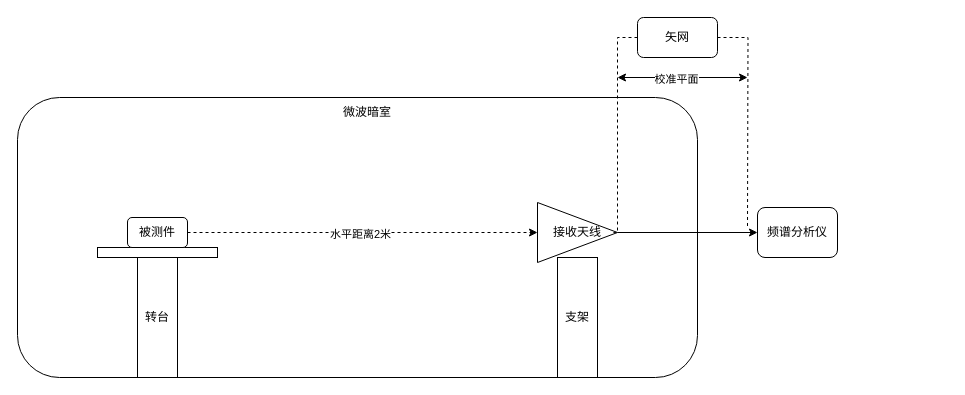
bingxueqingzhi/DrawIO keeps this draw.io diagram as BLE-TPMS信号强度测量.drawio. Above is the earlier version. Source tidied: cells renumbered, new cells numbered last; positions are measured from the earlier drawing's top-left corner, leaving out a move shared by most shapes. Both pictures are drawn from the tidied source at 100%, with x=0, y=0 at pixel (17, 17).
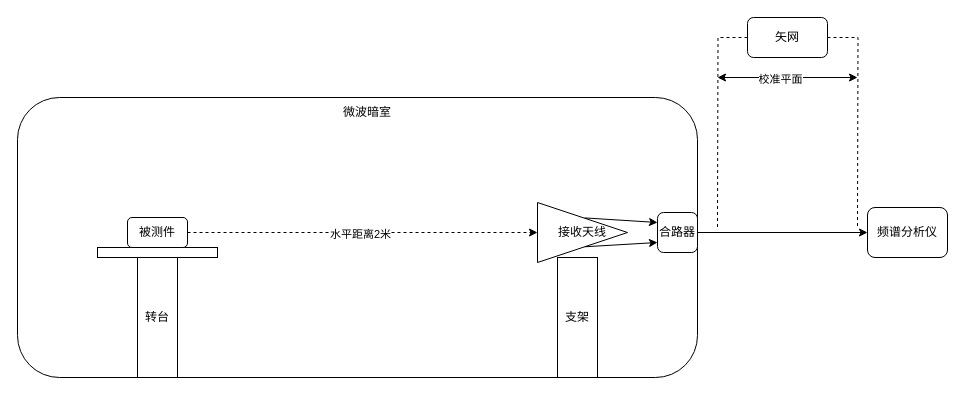
Above is the later version.

Commit message:
更新BLE-TPMS信号强度测量.drawio

Change to the diagram source:
```diff
@@
-    <mxCell id="8" style="edgeStyle=orthogonalEdgeStyle;rounded=0;jettySize=auto;html=1;exitX=1;exitY=0.5;exitDx=0;exitDy=0;entryX=0;entryY=0.5;entryDx=0;entryDy=0;" parent="1" edge="1" source="9" target="11">
-      <mxGeometry relative="1" as="geometry" />
-    </mxCell>
     <mxCell id="9" value="接收天线" style="triangle;whiteSpace=wrap;html=1;" parent="1" vertex="1">
-      <mxGeometry x="520" y="185" width="80" height="60" as="geometry" />
+      <mxGeometry x="520" y="185" width="90" height="60" as="geometry" />
     </mxCell>
@@
     <mxCell id="11" value="频谱分析仪" style="rounded=1;whiteSpace=wrap;html=1;" parent="1" vertex="1">
-      <mxGeometry x="740" y="190" width="80" height="50" as="geometry" />
+      <mxGeometry x="850" y="190" width="80" height="50" as="geometry" />
     </mxCell>
     <mxCell id="12" style="edgeStyle=orthogonalEdgeStyle;rounded=0;jettySize=auto;html=1;exitX=1;exitY=0.5;exitDx=0;exitDy=0;endArrow=none;endFill=0;dashed=1;" parent="1" edge="1" source="13">
       <mxGeometry relative="1" as="geometry">
-        <mxPoint x="730" y="210" as="targetPoint" />
+        <mxPoint x="840" y="210" as="targetPoint" />
       </mxGeometry>
     </mxCell>
+    <mxCell id="18" style="edgeStyle=orthogonalEdgeStyle;rounded=0;jettySize=auto;html=1;dashed=1;endArrow=none;endFill=0;" parent="1" edge="1" source="13">
+      <mxGeometry relative="1" as="geometry">
+        <mxPoint x="700" y="210" as="targetPoint" />
+      </mxGeometry>
+    </mxCell>
     <mxCell id="13" value="矢网" style="rounded=1;whiteSpace=wrap;html=1;" parent="1" vertex="1">
-      <mxGeometry x="620" width="80" height="40" as="geometry" />
+      <mxGeometry x="730" width="80" height="40" as="geometry" />
     </mxCell>
-    <mxCell id="14" style="edgeStyle=orthogonalEdgeStyle;rounded=0;jettySize=auto;html=1;exitX=0;exitY=0.5;exitDx=0;exitDy=0;entryX=0.928;entryY=0.499;entryDx=0;entryDy=0;entryPerimeter=0;dashed=1;endArrow=none;endFill=0;" parent="1" edge="1" source="13" target="9">
-      <mxGeometry relative="1" as="geometry">
-        <Array as="points">
-          <mxPoint x="600" y="20" />
-          <mxPoint x="600" y="215" />
-        </Array>
-      </mxGeometry>
-    </mxCell>
     <mxCell id="15" style="endArrow=classic;startArrow=classic;html=1;rounded=0;" parent="1" edge="1">
       <mxGeometry relative="1" as="geometry">
-        <mxPoint x="600" y="60" as="sourcePoint" />
-        <mxPoint x="730" y="60" as="targetPoint" />
+        <mxPoint x="700" y="60" as="sourcePoint" />
+        <mxPoint x="840" y="60" as="targetPoint" />
       </mxGeometry>
     </mxCell>
@@
+    <mxCell id="19" style="edgeStyle=orthogonalEdgeStyle;rounded=0;jettySize=auto;html=1;entryX=0;entryY=0.5;entryDx=0;entryDy=0;" parent="1" edge="1" source="20" target="11">
+      <mxGeometry relative="1" as="geometry" />
+    </mxCell>
+    <mxCell id="20" value="合路器" style="rounded=1;whiteSpace=wrap;html=1;" parent="1" vertex="1">
+      <mxGeometry x="640" y="195" width="40" height="40" as="geometry" />
+    </mxCell>
+    <mxCell id="21" style="endArrow=classic;html=1;rounded=0;entryX=0;entryY=0.25;entryDx=0;entryDy=0;exitX=0.524;exitY=0.257;exitDx=0;exitDy=0;exitPerimeter=0;" parent="1" edge="1" source="9" target="20">
+      <mxGeometry relative="1" as="geometry" />
+    </mxCell>
+    <mxCell id="22" style="endArrow=classic;html=1;rounded=0;entryX=0;entryY=0.75;entryDx=0;entryDy=0;exitX=0.526;exitY=0.738;exitDx=0;exitDy=0;exitPerimeter=0;" parent="1" edge="1" source="9" target="20">
+      <mxGeometry relative="1" as="geometry" />
+    </mxCell>
```
